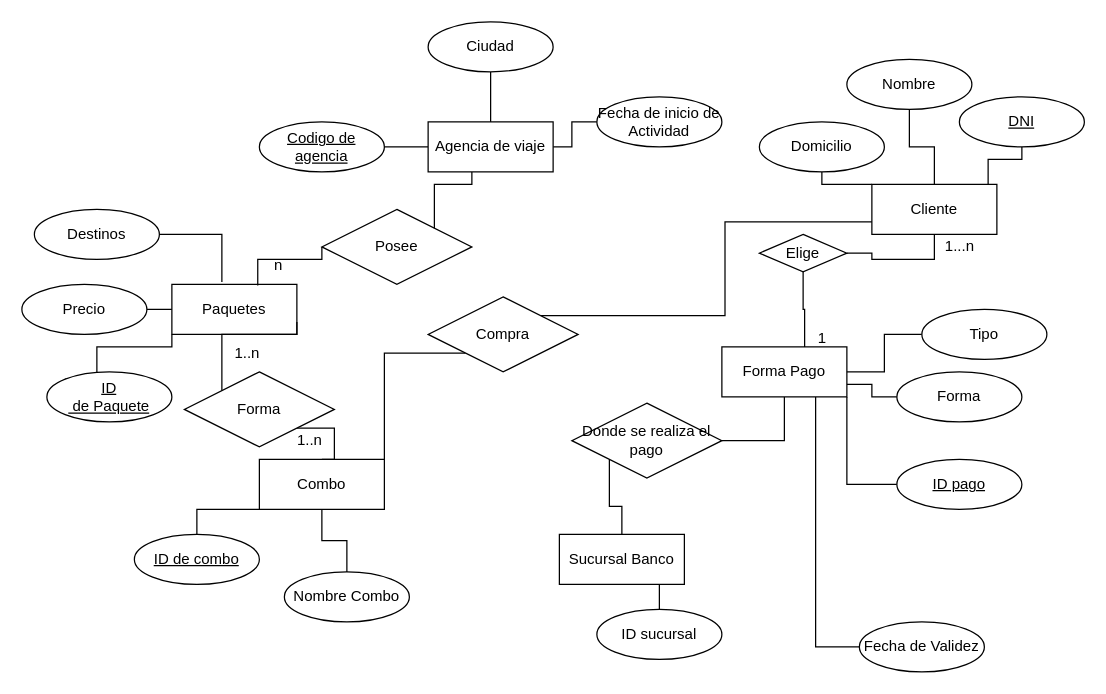
madevianaGH/BDI keeps this draw.io diagram as Agencia de Viajes.drawio. Above is the earlier version. Source tidied: cells renumbered, new cells numbered last; positions are measured from the earlier drawing's top-left corner, leaving out a move shared by most shapes. Both pictures are drawn from the tidied source at 125%, with x=0, y=0 at pixel (21, 21).
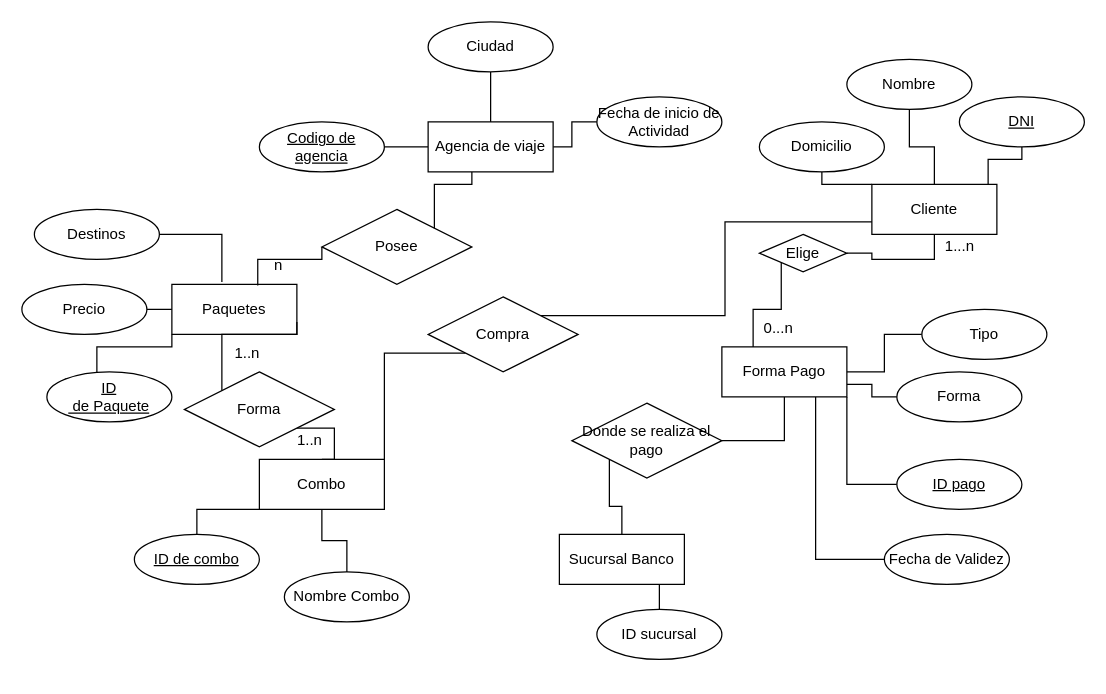
The same diagram, later.

Commit message:
Actualizar Agencia de Viajesx4.drawio

Unchanged cells that the change refers to:
```xml
<mxCell id="28" value="Forma Pago" style="whiteSpace=wrap;html=1;align=center;" parent="1" vertex="1">
  <mxGeometry x="560" y="260" width="100" height="40" as="geometry" />
</mxCell>
<mxCell id="56" value="Elige" style="shape=rhombus;perimeter=rhombusPerimeter;whiteSpace=wrap;html=1;align=center;" parent="1" vertex="1">
  <mxGeometry x="590" y="170" width="70" height="30" as="geometry" />
</mxCell>
```

The edit, as a diff of the source:
```diff
@@
     <mxCell id="40" value="Fecha de Validez" style="ellipse;whiteSpace=wrap;html=1;align=center;" parent="1" vertex="1">
-      <mxGeometry x="670" y="480" width="100" height="40" as="geometry" />
+      <mxGeometry x="690" y="410" width="100" height="40" as="geometry" />
     </mxCell>
@@
-    <mxCell id="57" style="edgeStyle=orthogonalEdgeStyle;rounded=0;jettySize=auto;html=1;exitX=0.5;exitY=1;exitDx=0;exitDy=0;entryX=0.662;entryY=0;entryDx=0;entryDy=0;entryPerimeter=0;endArrow=none;endFill=0;" parent="1" edge="1" source="56" target="28">
+    <mxCell id="57" style="edgeStyle=orthogonalEdgeStyle;rounded=0;jettySize=auto;html=1;exitX=0;exitY=1;exitDx=0;exitDy=0;entryX=0.25;entryY=0;entryDx=0;entryDy=0;endArrow=none;endFill=0;" parent="1" edge="1" source="56" target="28">
       <mxGeometry relative="1" as="geometry" />
     </mxCell>
+    <mxCell id="59" value="1...n" style="text;html=1;align=center;verticalAlign=middle;strokeColor=none;fillColor=none;" parent="1" vertex="1">
+      <mxGeometry x="725" y="165" width="50" height="30" as="geometry" />
+    </mxCell>
-    <mxCell id="58" value="1" style="text;html=1;align=center;verticalAlign=middle;strokeColor=none;fillColor=none;" parent="1" vertex="1">
-      <mxGeometry x="625" y="238" width="30" height="30" as="geometry" />
+    <mxCell id="58" value="0...n" style="text;html=1;align=center;verticalAlign=middle;strokeColor=none;fillColor=none;" parent="1" vertex="1">
+      <mxGeometry x="580" y="230" width="50" height="30" as="geometry" />
     </mxCell>
-    <mxCell id="59" value="1...n" style="text;html=1;align=center;verticalAlign=middle;strokeColor=none;fillColor=none;" parent="1" vertex="1">
-      <mxGeometry x="725" y="165" width="50" height="30" as="geometry" />
-    </mxCell>
```
